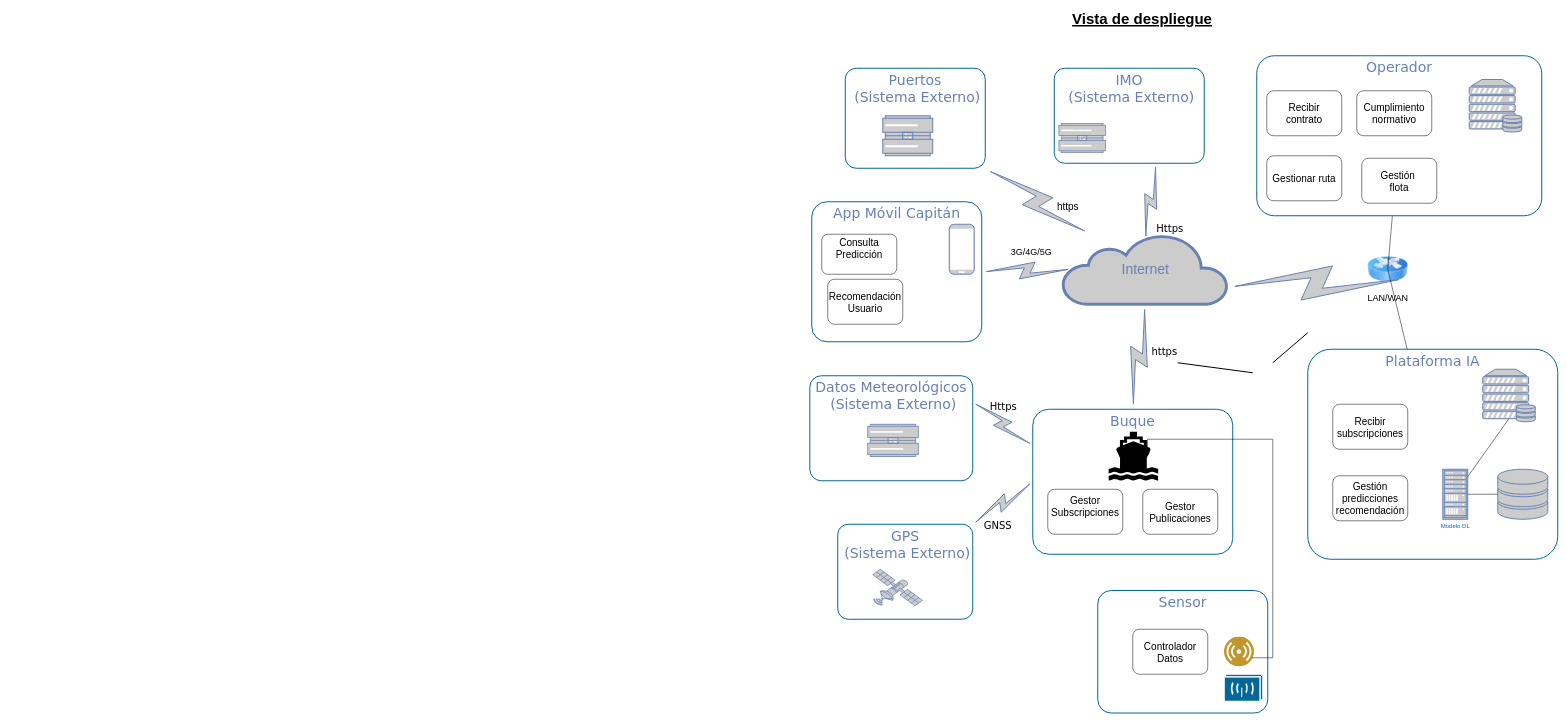
Before: VistaFisicaV1.drawio in jdiazfer/ADS_Practica1, a draw.io diagram. Source tidied: cells renumbered, new cells numbered last; positions are measured from the earlier drawing's top-left corner, leaving out a move shared by most shapes. Both pictures are drawn from the tidied source at 50%, with x=0, y=0 at pixel (18, 8).
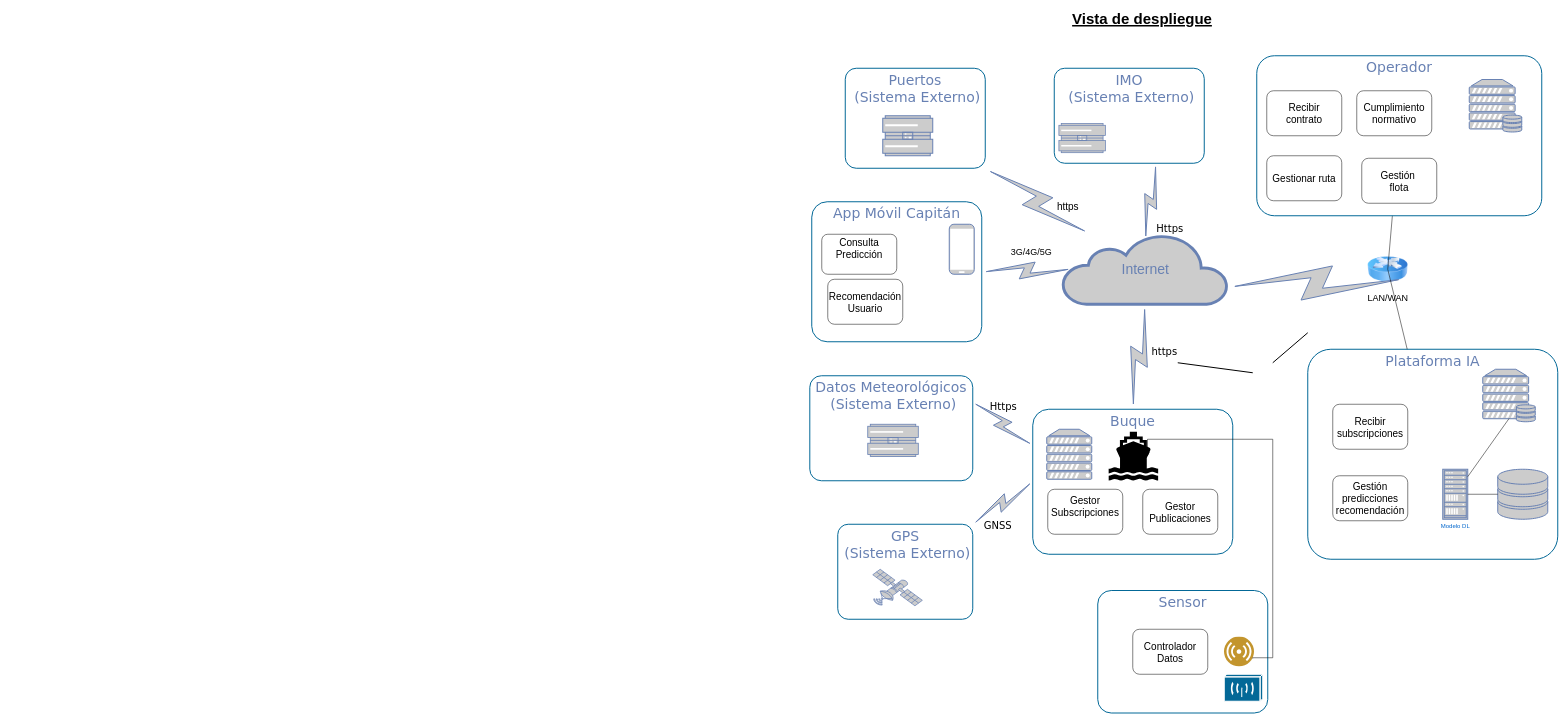
The same page after the edit.

What changed in the source:
```diff
@@
+    <mxCell id="61" style="fontColor=#0066CC;verticalAlign=top;verticalLabelPosition=bottom;labelPosition=center;align=center;html=1;fillColor=#CCCCCC;strokeColor=#6881B3;gradientColor=none;gradientDirection=north;strokeWidth=2;shape=mxgraph.networks.server;" parent="1" vertex="1">
+      <mxGeometry x="2058" y="841" width="90" height="100" as="geometry" />
+    </mxCell>
```
